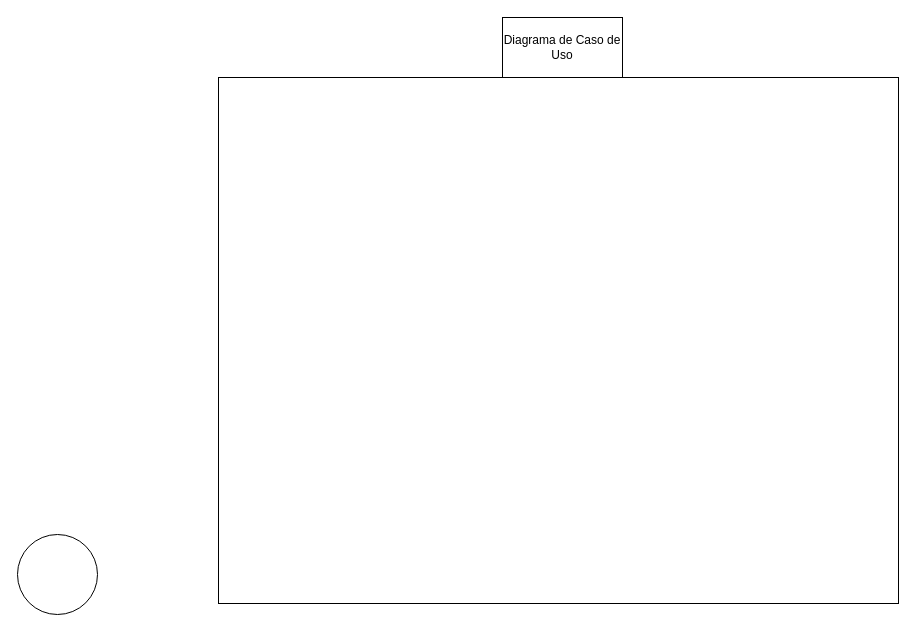
This is page "Página-1" (1 of 3) of Biblioteca.drawio from SamuelHerreraPerez/Laboratorio-Empresarial, a draw.io file, before an edit. Source tidied: cells renumbered, new cells numbered last; positions are measured from the earlier drawing's top-left corner, leaving out a move shared by most shapes. Both pictures are drawn from the tidied source at 100%, with x=0, y=0 at pixel (17, 17).
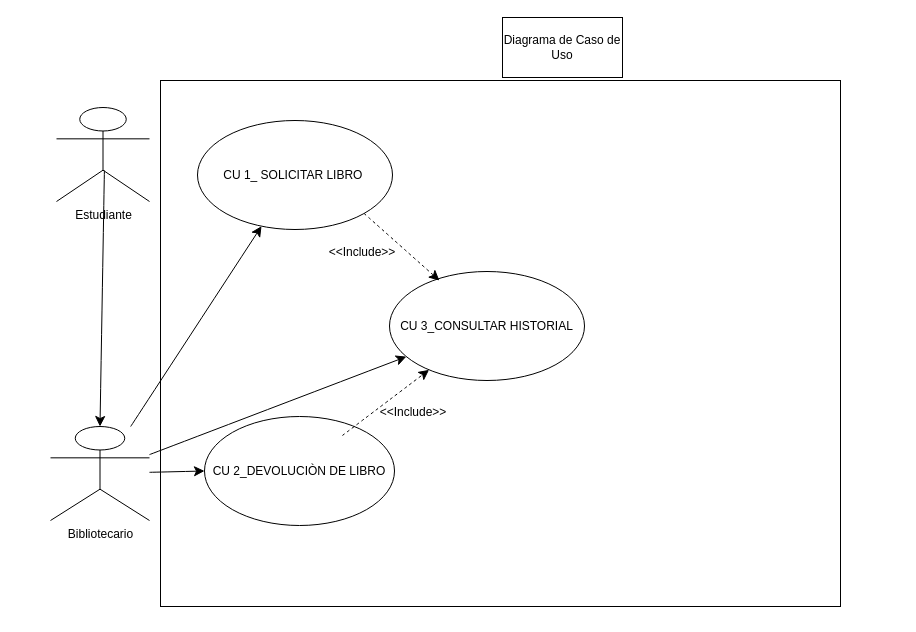
The same diagram, later.

The edit, as a diff of the source:
```diff
@@
 <mxGraphModel>
   <root>
     <mxCell id="0" />
     <mxCell id="1" parent="0" />
     <mxCell id="2" style="whiteSpace=wrap;html=1;" parent="1" vertex="1">
-      <mxGeometry x="201" y="60" width="680" height="526" as="geometry" />
+      <mxGeometry x="143" y="63" width="680" height="526" as="geometry" />
     </mxCell>
     <mxCell id="3" value="Diagrama de Caso de Uso" style="whiteSpace=wrap;html=1;" parent="1" vertex="1">
       <mxGeometry x="485" width="120" height="60" as="geometry" />
     </mxCell>
-    <mxCell id="4" style="ellipse;whiteSpace=wrap;html=1;" parent="1" vertex="1">
-      <mxGeometry y="517" width="80" height="80" as="geometry" />
-    </mxCell>
+    <mxCell id="5" value="Estudiante" style="shape=umlActor;verticalLabelPosition=bottom;verticalAlign=top;html=1;" parent="1" vertex="1">
+      <mxGeometry x="39" y="90" width="93" height="94" as="geometry" />
+    </mxCell>
+    <mxCell id="6" value="Bibliotecario" style="shape=umlActor;verticalLabelPosition=bottom;verticalAlign=top;html=1;outlineConnect=0;" parent="1" vertex="1">
+      <mxGeometry x="33" y="409" width="99" height="94" as="geometry" />
+    </mxCell>
+    <mxCell id="7" value="CU 1_ SOLICITAR LIBRO&amp;nbsp;" style="ellipse;whiteSpace=wrap;html=1;" parent="1" vertex="1">
+      <mxGeometry x="180" y="103" width="195" height="109" as="geometry" />
+    </mxCell>
+    <mxCell id="8" value="CU 3_CONSULTAR HISTORIAL" style="ellipse;whiteSpace=wrap;html=1;" parent="1" vertex="1">
+      <mxGeometry x="372" y="254" width="195" height="109" as="geometry" />
+    </mxCell>
+    <mxCell id="9" value="CU 2_DEVOLUCIÒN DE LIBRO" style="ellipse;whiteSpace=wrap;html=1;" parent="1" vertex="1">
+      <mxGeometry x="187" y="399" width="190" height="109" as="geometry" />
+    </mxCell>
+    <mxCell id="10" style="endArrow=classic;html=1;rounded=0;fontSize=12;startSize=8;endSize=8;curved=1;entryX=0.5;entryY=0;entryDx=0;entryDy=0;entryPerimeter=0;" parent="1" edge="1" target="6">
+      <mxGeometry relative="1" as="geometry">
+        <mxPoint x="86.9" y="153" as="sourcePoint" />
+      </mxGeometry>
+    </mxCell>
+    <mxCell id="11" style="endArrow=classic;html=1;rounded=0;fontSize=12;startSize=8;endSize=8;curved=1;" parent="1" edge="1" source="6" target="7">
+      <mxGeometry relative="1" as="geometry" />
+    </mxCell>
+    <mxCell id="12" style="endArrow=classic;html=1;rounded=0;fontSize=12;startSize=8;endSize=8;curved=1;entryX=0;entryY=0.5;entryDx=0;entryDy=0;" parent="1" edge="1" source="6" target="9">
+      <mxGeometry relative="1" as="geometry" />
+    </mxCell>
+    <mxCell id="13" style="endArrow=classic;html=1;rounded=0;fontSize=12;startSize=8;endSize=8;curved=1;" parent="1" edge="1" source="6" target="8">
+      <mxGeometry relative="1" as="geometry" />
+    </mxCell>
+    <mxCell id="14" style="endArrow=classic;html=1;rounded=0;fontSize=12;startSize=8;endSize=8;curved=1;entryX=0.256;entryY=0.083;entryDx=0;entryDy=0;entryPerimeter=0;exitX=1;exitY=1;exitDx=0;exitDy=0;dashed=1;" parent="1" edge="1" source="7" target="8">
+      <mxGeometry relative="1" as="geometry" />
+    </mxCell>
+    <mxCell id="15" style="endArrow=classic;html=1;rounded=0;fontSize=12;startSize=8;endSize=8;curved=1;exitX=0.726;exitY=0.174;exitDx=0;exitDy=0;exitPerimeter=0;dashed=1;" parent="1" edge="1" source="9" target="8">
+      <mxGeometry relative="1" as="geometry" />
+    </mxCell>
+    <mxCell id="16" value="&amp;lt;&amp;lt;Include&amp;gt;&amp;gt;" style="text;html=1;align=center;verticalAlign=middle;whiteSpace=wrap;rounded=0;" parent="1" vertex="1">
+      <mxGeometry x="315" y="212" width="60" height="45" as="geometry" />
+    </mxCell>
+    <mxCell id="17" value="&amp;lt;&amp;lt;Include&amp;gt;&amp;gt;" style="text;html=1;align=center;verticalAlign=middle;whiteSpace=wrap;rounded=0;" parent="1" vertex="1">
+      <mxGeometry x="366" y="368" width="60" height="53" as="geometry" />
+    </mxCell>
   </root>
 </mxGraphModel>
```
